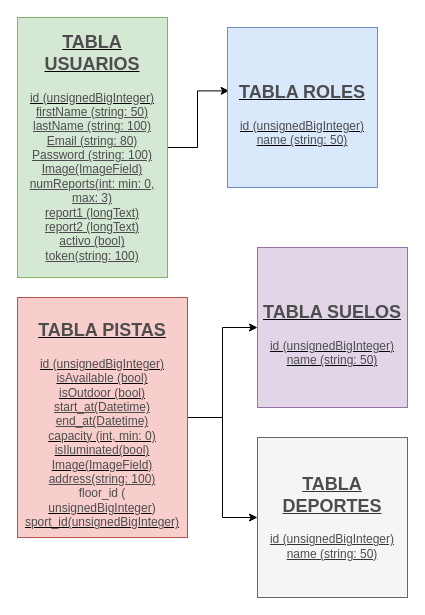
Above: GestionPistas BBDD.drawio in jedahee/Laravel-Backend-Final-Project-Degree (draw.io), before the change. Source tidied: cells renumbered, new cells numbered last; positions are measured from the earlier drawing's top-left corner, leaving out a move shared by most shapes. Both pictures are drawn from the tidied source at 100%, with x=0, y=0 at pixel (17, 17).
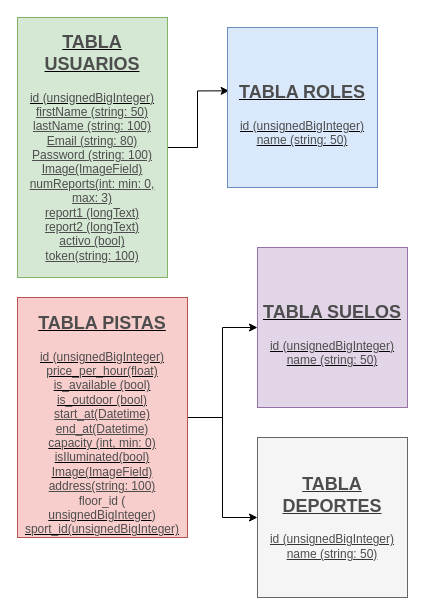
The same diagram, later.

What changed in the source:
```diff
@@
 <mxGraphModel>
   <root>
     <mxCell id="0" />
     <mxCell id="1" parent="0" />
     <mxCell id="2" style="edgeStyle=orthogonalEdgeStyle;rounded=0;jettySize=auto;html=1;entryX=0.011;entryY=0.396;entryDx=0;entryDy=0;entryPerimeter=0;fontFamily=Helvetica;fontColor=#4D4D4D;" parent="1" edge="1" source="3" target="5">
       <mxGeometry relative="1" as="geometry" />
     </mxCell>
     <mxCell id="3" value="&lt;h2&gt;&lt;u&gt;&lt;font color=&quot;#4d4d4d&quot;&gt;TABLA USUARIOS&lt;/font&gt;&lt;/u&gt;&lt;/h2&gt;&lt;div&gt;&lt;u&gt;&lt;font color=&quot;#4d4d4d&quot;&gt;id (unsignedBigInteger)&lt;/font&gt;&lt;/u&gt;&lt;/div&gt;&lt;div&gt;&lt;font color=&quot;#4d4d4d&quot;&gt;&lt;u&gt;firstName (string: 50)&lt;/u&gt;&lt;/font&gt;&lt;/div&gt;&lt;div&gt;&lt;u style=&quot;color: rgb(77 , 77 , 77)&quot;&gt;lastName (string: 100)&lt;/u&gt;&lt;font color=&quot;#4d4d4d&quot;&gt;&lt;u&gt;&lt;br&gt;&lt;/u&gt;&lt;/font&gt;&lt;/div&gt;&lt;div&gt;&lt;u style=&quot;color: rgb(77 , 77 , 77)&quot;&gt;Email (string: 80)&lt;/u&gt;&lt;u style=&quot;color: rgb(77 , 77 , 77)&quot;&gt;&lt;br&gt;&lt;/u&gt;&lt;/div&gt;&lt;div&gt;&lt;u style=&quot;color: rgb(77 , 77 , 77)&quot;&gt;Password (string: 100)&lt;/u&gt;&lt;/div&gt;&lt;div&gt;&lt;u style=&quot;color: rgb(77 , 77 , 77)&quot;&gt;Image(ImageField)&lt;/u&gt;&lt;u style=&quot;color: rgb(77 , 77 , 77)&quot;&gt;&lt;br&gt;&lt;/u&gt;&lt;/div&gt;&lt;div&gt;&lt;u style=&quot;color: rgb(77 , 77 , 77)&quot;&gt;numReports(int: min: 0, max: 3)&lt;/u&gt;&lt;u style=&quot;color: rgb(77 , 77 , 77)&quot;&gt;&lt;br&gt;&lt;/u&gt;&lt;/div&gt;&lt;div&gt;&lt;u style=&quot;color: rgb(77 , 77 , 77)&quot;&gt;report1 (longText)&lt;/u&gt;&lt;u style=&quot;color: rgb(77 , 77 , 77)&quot;&gt;&lt;br&gt;&lt;/u&gt;&lt;/div&gt;&lt;div&gt;&lt;u style=&quot;color: rgb(77 , 77 , 77)&quot;&gt;report2 (longText)&lt;/u&gt;&lt;u style=&quot;color: rgb(77 , 77 , 77)&quot;&gt;&lt;br&gt;&lt;/u&gt;&lt;/div&gt;&lt;div&gt;&lt;u style=&quot;color: rgb(77 , 77 , 77)&quot;&gt;activo (bool)&lt;/u&gt;&lt;/div&gt;&lt;div&gt;&lt;u style=&quot;color: rgb(77 , 77 , 77)&quot;&gt;token(string: 100)&lt;/u&gt;&lt;/div&gt;&lt;div&gt;&lt;u style=&quot;color: rgb(77 , 77 , 77)&quot;&gt;&lt;br&gt;&lt;/u&gt;&lt;/div&gt;" style="rounded=0;whiteSpace=wrap;html=1;fillColor=#d5e8d4;strokeColor=#82b366;strokeWidth=1;perimeterSpacing=0;line-height:30px;" parent="1" vertex="1">
       <mxGeometry width="150" height="260" as="geometry" />
     </mxCell>
     <mxCell id="4" value="&lt;h2&gt;&lt;u&gt;&lt;font color=&quot;#4d4d4d&quot;&gt;TABLA SUELOS&lt;/font&gt;&lt;/u&gt;&lt;/h2&gt;&lt;div&gt;&lt;div&gt;&lt;u&gt;&lt;font color=&quot;#4d4d4d&quot;&gt;id (unsignedBigInteger)&lt;/font&gt;&lt;/u&gt;&lt;/div&gt;&lt;/div&gt;&lt;div&gt;&lt;u&gt;&lt;font color=&quot;#4d4d4d&quot;&gt;name (string: 50)&lt;/font&gt;&lt;/u&gt;&lt;u&gt;&lt;font color=&quot;#4d4d4d&quot;&gt;&lt;br&gt;&lt;/font&gt;&lt;/u&gt;&lt;/div&gt;" style="rounded=0;whiteSpace=wrap;html=1;fillColor=#e1d5e7;strokeColor=#9673a6;" parent="1" vertex="1">
       <mxGeometry x="240" y="230" width="150" height="160" as="geometry" />
     </mxCell>
     <mxCell id="5" value="&lt;h2&gt;&lt;u&gt;&lt;font color=&quot;#4d4d4d&quot;&gt;TABLA ROLES&lt;/font&gt;&lt;/u&gt;&lt;/h2&gt;&lt;div&gt;&lt;div&gt;&lt;u&gt;&lt;font color=&quot;#4d4d4d&quot;&gt;id (unsignedBigInteger)&lt;/font&gt;&lt;/u&gt;&lt;/div&gt;&lt;/div&gt;&lt;div&gt;&lt;u&gt;&lt;font color=&quot;#4d4d4d&quot;&gt;name (string: 50)&lt;/font&gt;&lt;/u&gt;&lt;/div&gt;" style="rounded=0;whiteSpace=wrap;html=1;fillColor=#dae8fc;strokeColor=#6c8ebf;" parent="1" vertex="1">
       <mxGeometry x="210" y="10" width="150" height="160" as="geometry" />
     </mxCell>
     <mxCell id="6" style="edgeStyle=orthogonalEdgeStyle;rounded=0;jettySize=auto;html=1;fontFamily=Helvetica;fontColor=#4D4D4D;" parent="1" edge="1" source="8" target="4">
       <mxGeometry relative="1" as="geometry" />
     </mxCell>
     <mxCell id="7" style="edgeStyle=orthogonalEdgeStyle;rounded=0;jettySize=auto;html=1;fontFamily=Helvetica;fontColor=#4D4D4D;" parent="1" edge="1" source="8" target="9">
       <mxGeometry relative="1" as="geometry" />
     </mxCell>
-    <mxCell id="8" value="&lt;h2&gt;&lt;u&gt;&lt;font color=&quot;#4d4d4d&quot;&gt;TABLA PISTAS&lt;/font&gt;&lt;/u&gt;&lt;/h2&gt;&lt;div&gt;&lt;div&gt;&lt;u&gt;&lt;font color=&quot;#4d4d4d&quot;&gt;id (unsignedBigInteger)&lt;/font&gt;&lt;/u&gt;&lt;/div&gt;&lt;/div&gt;&lt;div&gt;&lt;u&gt;&lt;font color=&quot;#4d4d4d&quot;&gt;isAvailable (bool)&lt;/font&gt;&lt;/u&gt;&lt;/div&gt;&lt;div&gt;&lt;u&gt;&lt;font color=&quot;#4d4d4d&quot;&gt;isOutdoor (bool)&lt;/font&gt;&lt;/u&gt;&lt;/div&gt;&lt;div&gt;&lt;font color=&quot;#4d4d4d&quot;&gt;&lt;u&gt;start_at(Datetime)&lt;/u&gt;&lt;/font&gt;&lt;/div&gt;&lt;div&gt;&lt;u style=&quot;color: rgb(77 , 77 , 77)&quot;&gt;end_at(Datetime)&lt;/u&gt;&lt;font color=&quot;#4d4d4d&quot;&gt;&lt;u&gt;&lt;br&gt;&lt;/u&gt;&lt;/font&gt;&lt;/div&gt;&lt;div&gt;&lt;u&gt;&lt;font color=&quot;#4d4d4d&quot;&gt;capacity (int, min: 0)&lt;/font&gt;&lt;/u&gt;&lt;/div&gt;&lt;div&gt;&lt;u&gt;&lt;font color=&quot;#4d4d4d&quot;&gt;isIluminated(bool)&lt;/font&gt;&lt;/u&gt;&lt;/div&gt;&lt;div&gt;&lt;u&gt;&lt;font color=&quot;#4d4d4d&quot;&gt;Image(ImageField)&lt;/font&gt;&lt;/u&gt;&lt;/div&gt;&lt;div&gt;&lt;font color=&quot;#4d4d4d&quot;&gt;&lt;u&gt;address(string: 100)&lt;/u&gt;&lt;/font&gt;&lt;/div&gt;&lt;div&gt;&lt;font color=&quot;#4d4d4d&quot;&gt;floor_id (&lt;/font&gt;&lt;/div&gt;&lt;u&gt;&lt;font color=&quot;#4d4d4d&quot;&gt;unsignedBigInteger&lt;/font&gt;&lt;/u&gt;&lt;span style=&quot;color: rgb(77 , 77 , 77)&quot;&gt;)&lt;br&gt;&lt;/span&gt;&lt;u&gt;&lt;font color=&quot;#4d4d4d&quot;&gt;sport_id(unsignedBigInteger)&lt;br&gt;&lt;/font&gt;&lt;/u&gt;" style="rounded=0;whiteSpace=wrap;html=1;fillColor=#f8cecc;strokeColor=#b85450;" parent="1" vertex="1">
+    <mxCell id="8" value="&lt;h2&gt;&lt;u&gt;&lt;font color=&quot;#4d4d4d&quot;&gt;TABLA PISTAS&lt;/font&gt;&lt;/u&gt;&lt;/h2&gt;&lt;div&gt;&lt;div&gt;&lt;u&gt;&lt;font color=&quot;#4d4d4d&quot;&gt;id (unsignedBigInteger)&lt;/font&gt;&lt;/u&gt;&lt;/div&gt;&lt;/div&gt;&lt;div&gt;&lt;u&gt;&lt;font color=&quot;#4d4d4d&quot;&gt;price_per_hour(float)&lt;/font&gt;&lt;/u&gt;&lt;/div&gt;&lt;div&gt;&lt;u&gt;&lt;font color=&quot;#4d4d4d&quot;&gt;is_available (bool)&lt;/font&gt;&lt;/u&gt;&lt;/div&gt;&lt;div&gt;&lt;u&gt;&lt;font color=&quot;#4d4d4d&quot;&gt;is_outdoor (bool)&lt;/font&gt;&lt;/u&gt;&lt;/div&gt;&lt;div&gt;&lt;font color=&quot;#4d4d4d&quot;&gt;&lt;u&gt;start_at(Datetime)&lt;/u&gt;&lt;/font&gt;&lt;/div&gt;&lt;div&gt;&lt;u style=&quot;color: rgb(77 , 77 , 77)&quot;&gt;end_at(Datetime)&lt;/u&gt;&lt;font color=&quot;#4d4d4d&quot;&gt;&lt;u&gt;&lt;br&gt;&lt;/u&gt;&lt;/font&gt;&lt;/div&gt;&lt;div&gt;&lt;u&gt;&lt;font color=&quot;#4d4d4d&quot;&gt;capacity (int, min: 0)&lt;/font&gt;&lt;/u&gt;&lt;/div&gt;&lt;div&gt;&lt;u&gt;&lt;font color=&quot;#4d4d4d&quot;&gt;isIluminated(bool)&lt;/font&gt;&lt;/u&gt;&lt;/div&gt;&lt;div&gt;&lt;u&gt;&lt;font color=&quot;#4d4d4d&quot;&gt;Image(ImageField)&lt;/font&gt;&lt;/u&gt;&lt;/div&gt;&lt;div&gt;&lt;font color=&quot;#4d4d4d&quot;&gt;&lt;u&gt;address(string: 100)&lt;/u&gt;&lt;/font&gt;&lt;/div&gt;&lt;div&gt;&lt;font color=&quot;#4d4d4d&quot;&gt;floor_id (&lt;/font&gt;&lt;/div&gt;&lt;u&gt;&lt;font color=&quot;#4d4d4d&quot;&gt;unsignedBigInteger&lt;/font&gt;&lt;/u&gt;&lt;span style=&quot;color: rgb(77 , 77 , 77)&quot;&gt;)&lt;br&gt;&lt;/span&gt;&lt;u&gt;&lt;font color=&quot;#4d4d4d&quot;&gt;sport_id(unsignedBigInteger)&lt;br&gt;&lt;/font&gt;&lt;/u&gt;" style="rounded=0;whiteSpace=wrap;html=1;fillColor=#f8cecc;strokeColor=#b85450;" parent="1" vertex="1">
       <mxGeometry y="280" width="170" height="240" as="geometry" />
     </mxCell>
     <mxCell id="9" value="&lt;h2&gt;&lt;u&gt;&lt;font color=&quot;#4d4d4d&quot;&gt;TABLA DEPORTES&lt;/font&gt;&lt;/u&gt;&lt;/h2&gt;&lt;div&gt;&lt;div&gt;&lt;u&gt;&lt;font color=&quot;#4d4d4d&quot;&gt;id (unsignedBigInteger)&lt;/font&gt;&lt;/u&gt;&lt;/div&gt;&lt;/div&gt;&lt;div&gt;&lt;u&gt;&lt;font color=&quot;#4d4d4d&quot;&gt;name (string: 50)&lt;/font&gt;&lt;/u&gt;&lt;/div&gt;&lt;div&gt;&lt;u&gt;&lt;font color=&quot;#4d4d4d&quot;&gt;&lt;br&gt;&lt;/font&gt;&lt;/u&gt;&lt;/div&gt;" style="rounded=0;whiteSpace=wrap;html=1;fillColor=#f5f5f5;strokeColor=#666666;fontColor=#333333;" parent="1" vertex="1">
       <mxGeometry x="240" y="420" width="150" height="160" as="geometry" />
     </mxCell>
   </root>
 </mxGraphModel>
```
